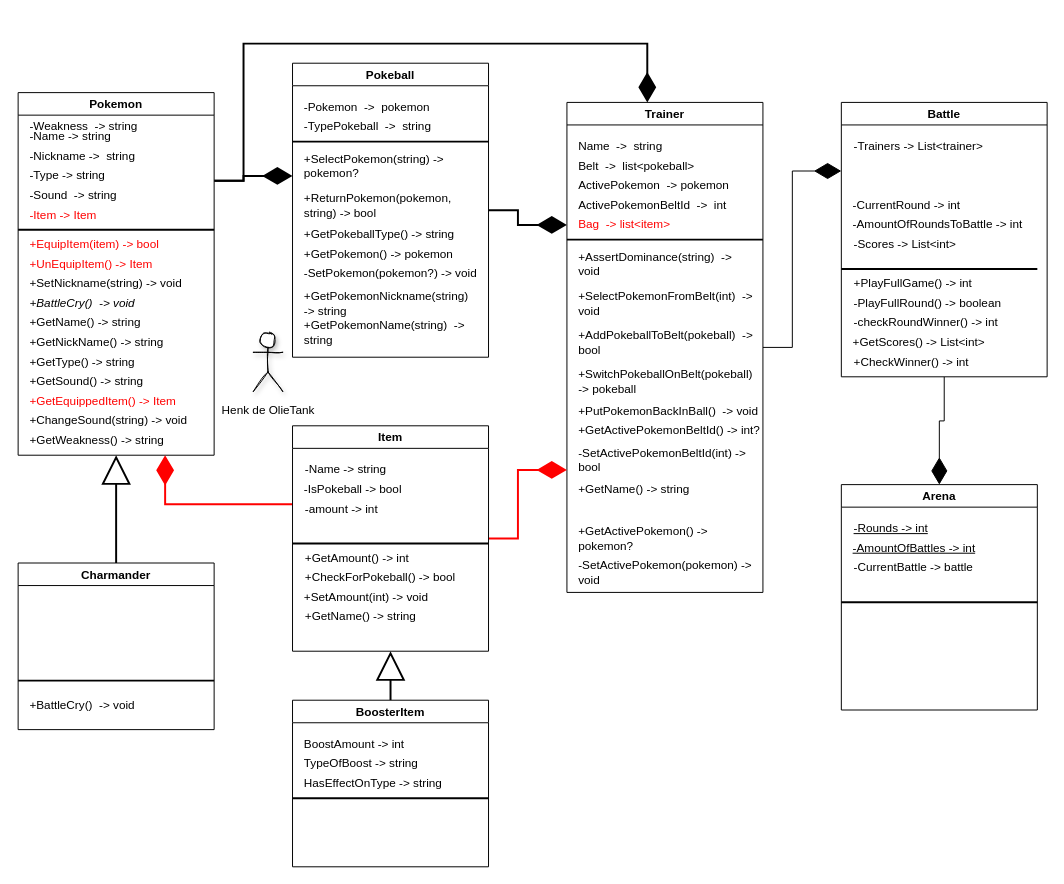
The draw.io diagram Pokemon-Battle-Sim/class diagram.drawio in oldmartijntje/Pokemon-Battle-Simulator, before the edit. Source tidied: cells renumbered, new cells numbered last; positions are measured from the earlier drawing's top-left corner, leaving out a move shared by most shapes. Both pictures are drawn from the tidied source at 98%, with x=0, y=0 at pixel (18, 43).
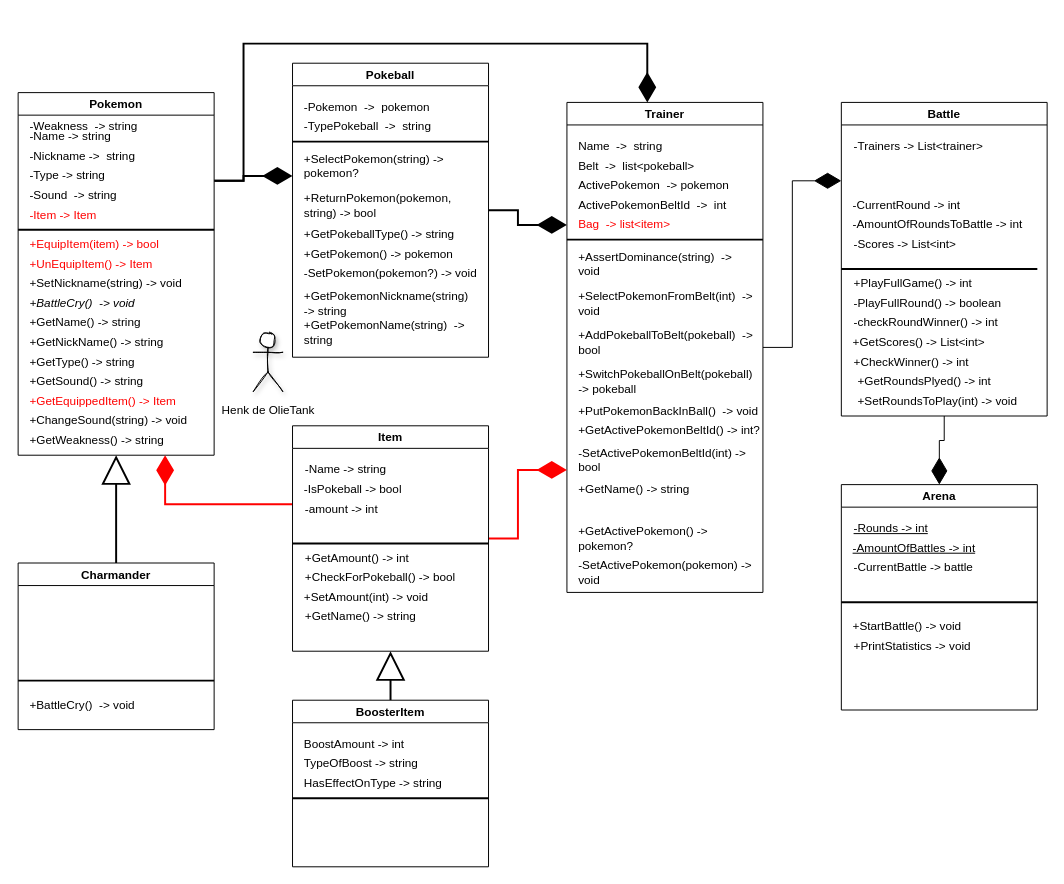
The same diagram, later.

Unchanged cells that the change refers to:
```xml
<mxCell id="88" value="Arena" style="swimlane;fillStyle=auto;fillColor=default;swimlaneFillColor=default;" parent="1" vertex="1">
  <mxGeometry x="840" y="450" width="200" height="230" as="geometry" />
</mxCell>
```

Diff of the diagram source:
```diff
@@
     <mxCell id="77" value="Battle" style="swimlane;fillStyle=auto;fillColor=default;swimlaneFillColor=default;" parent="1" vertex="1">
-      <mxGeometry x="840" y="60" width="210" height="280" as="geometry" />
+      <mxGeometry x="840" y="60" width="210" height="320" as="geometry" />
     </mxCell>
@@
+    <mxCell id="93" value="+GetRoundsPlyed() -&amp;gt; int" style="text;html=1;strokeColor=none;fillColor=none;align=left;verticalAlign=middle;whiteSpace=wrap;rounded=0;fillStyle=auto;" parent="77" vertex="1">
+      <mxGeometry x="15" y="270" width="180" height="30" as="geometry" />
+    </mxCell>
+    <mxCell id="94" value="+SetRoundsToPlay(int) -&amp;gt; void" style="text;html=1;strokeColor=none;fillColor=none;align=left;verticalAlign=middle;whiteSpace=wrap;rounded=0;fillStyle=auto;" parent="77" vertex="1">
+      <mxGeometry x="15" y="290" width="180" height="30" as="geometry" />
+    </mxCell>
@@
+    <mxCell id="95" value="+StartBattle() -&amp;gt; void" style="text;html=1;strokeColor=none;fillColor=none;align=left;verticalAlign=middle;whiteSpace=wrap;rounded=0;fillStyle=auto;" parent="88" vertex="1">
+      <mxGeometry x="10" y="130" width="180" height="30" as="geometry" />
+    </mxCell>
+    <mxCell id="96" value="+PrintStatistics -&amp;gt; void" style="text;html=1;strokeColor=none;fillColor=none;align=left;verticalAlign=middle;whiteSpace=wrap;rounded=0;fillStyle=auto;" parent="88" vertex="1">
+      <mxGeometry x="11" y="150" width="180" height="30" as="geometry" />
+    </mxCell>
```
